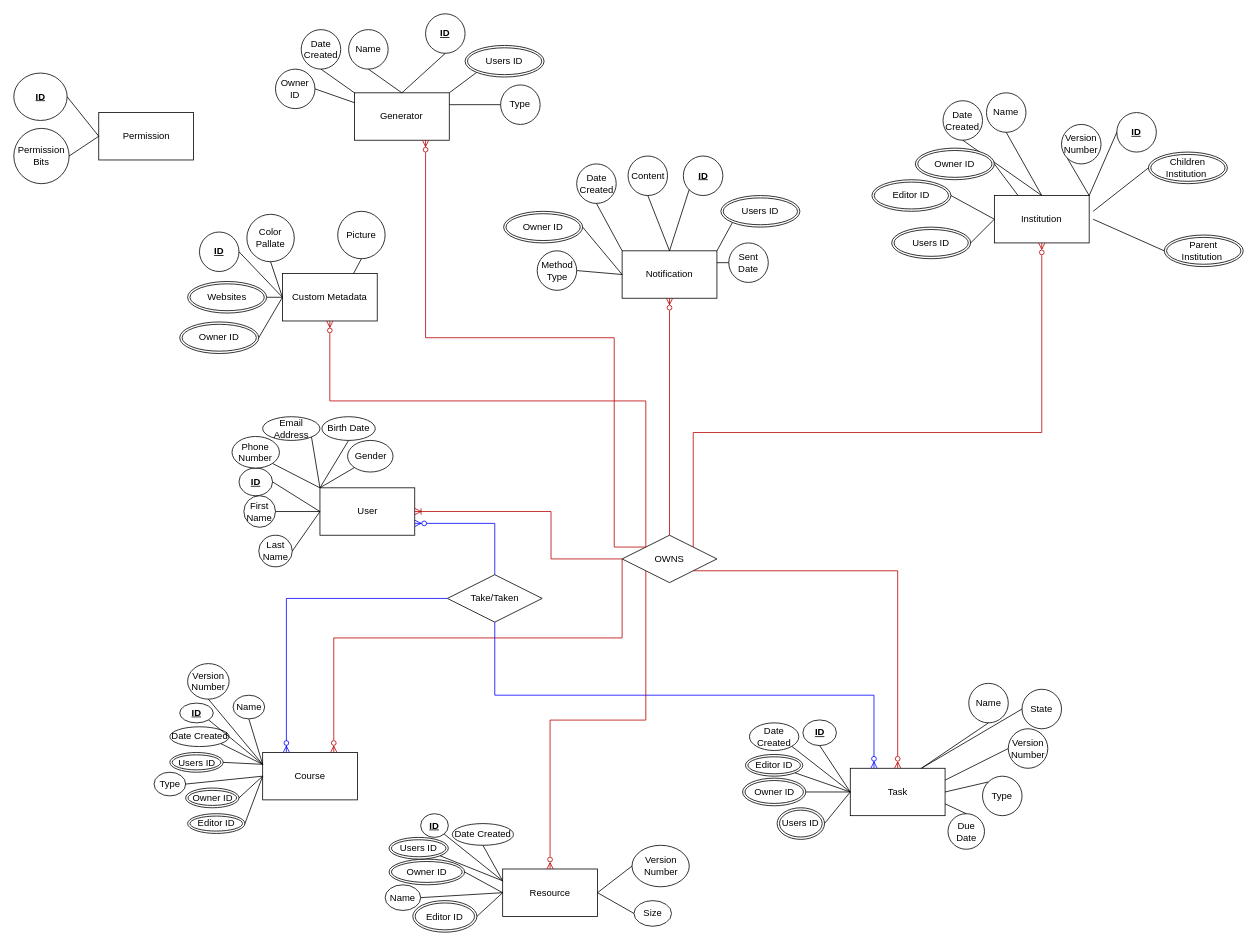
Above: diagrams/db/DatabaseER.drawio in Apollo-LW/Apollo-LW (draw.io), before the change. Source tidied: cells renumbered, new cells numbered last; positions are measured from the earlier drawing's top-left corner, leaving out a move shared by most shapes. Both pictures are drawn from the tidied source at 79%, with x=0, y=0 at pixel (13, 13).
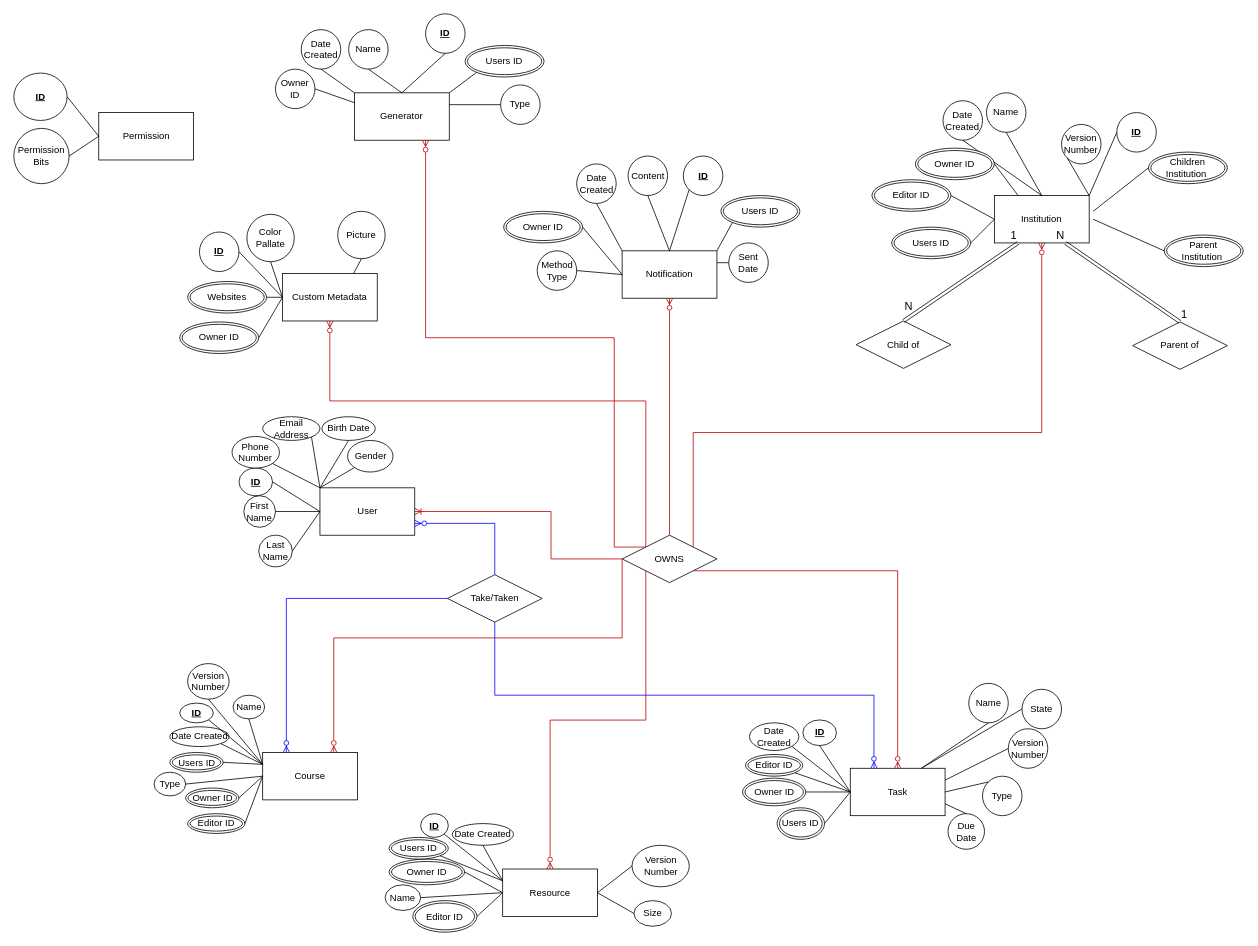
The same page after the edit.

Commit message:
Add recursive relationship between institution

Unchanged cells that the change refers to:
```xml
<mxCell id="83" value="Institution" style="rounded=0;whiteSpace=wrap;html=1;" parent="1" vertex="1">
  <mxGeometry x="1241.2" y="230" width="120" height="60" as="geometry" />
</mxCell>
```

What changed in the source:
```diff
@@
+    <mxCell id="148" value="Child of" style="shape=rhombus;perimeter=rhombusPerimeter;whiteSpace=wrap;html=1;align=center;" parent="1" vertex="1">
+      <mxGeometry x="1066.2" y="388.8" width="120" height="60" as="geometry" />
+    </mxCell>
+    <mxCell id="149" value="Parent of" style="shape=rhombus;perimeter=rhombusPerimeter;whiteSpace=wrap;html=1;align=center;" parent="1" vertex="1">
+      <mxGeometry x="1416.2" y="390" width="120" height="60" as="geometry" />
+    </mxCell>
+    <mxCell id="150" style="shape=link;html=1;rounded=0;exitX=0.5;exitY=0;exitDx=0;exitDy=0;entryX=0.25;entryY=1;entryDx=0;entryDy=0;" parent="1" edge="1" source="148" target="83">
+      <mxGeometry relative="1" as="geometry" />
+    </mxCell>
+    <mxCell id="151" value="&lt;font style=&quot;font-size: 14px;&quot;&gt;N&lt;/font&gt;" style="html=1;whiteSpace=wrap;align=left;verticalAlign=bottom;" parent="150" vertex="1">
+      <mxGeometry x="-1" relative="1" as="geometry">
+        <mxPoint y="-9" as="offset" />
+      </mxGeometry>
+    </mxCell>
+    <mxCell id="152" value="&lt;font style=&quot;font-size: 14px;&quot;&gt;1&lt;/font&gt;" style="html=1;whiteSpace=wrap;align=right;verticalAlign=bottom;" parent="150" vertex="1">
+      <mxGeometry x="1" relative="1" as="geometry" />
+    </mxCell>
+    <mxCell id="153" style="shape=link;html=1;rounded=0;exitX=0.5;exitY=0;exitDx=0;exitDy=0;entryX=0.75;entryY=1;entryDx=0;entryDy=0;" parent="1" edge="1" source="149" target="83">
+      <mxGeometry relative="1" as="geometry" />
+    </mxCell>
+    <mxCell id="154" value="&lt;font style=&quot;font-size: 14px;&quot;&gt;1&lt;/font&gt;" style="html=1;whiteSpace=wrap;align=left;verticalAlign=bottom;" parent="153" vertex="1">
+      <mxGeometry x="-1" relative="1" as="geometry" />
+    </mxCell>
+    <mxCell id="155" value="&lt;font style=&quot;font-size: 14px;&quot;&gt;N&lt;/font&gt;" style="html=1;whiteSpace=wrap;align=right;verticalAlign=bottom;" parent="153" vertex="1">
+      <mxGeometry x="1" relative="1" as="geometry" />
+    </mxCell>
```
